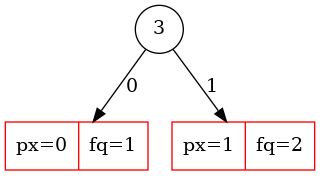
This is huffman/tree.png from gabrielpereira3/processamento-de-imagens, a Graphviz export, as it was before one commit. Its source is kept beside it as huffman/tree.dot. Source of this version:
```dot
digraph {
	node [fontename="Arial"];
	n2 [shape = circle, label="3"]
	n0 [shape = record, label="px=0|fq=1", color=RED]
	n2 -> n0 [label=0]
	n1 [shape = record, label="px=1|fq=2", color=RED]
	n2 -> n1 [label=1]
}
```
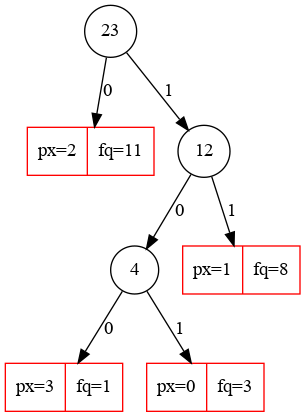
Above is the later version.

Diff of the diagram source:
```diff
@@ -1,8 +1,16 @@
 digraph {
 	node [fontename="Arial"];
-	n2 [shape = circle, label="3"]
-	n0 [shape = record, label="px=0|fq=1", color=RED]
-	n2 -> n0 [label=0]
-	n1 [shape = record, label="px=1|fq=2", color=RED]
-	n2 -> n1 [label=1]
+	n6 [shape = circle, label="23"]
+	n2 [shape = record, label="px=2|fq=11", color=RED]
+	n6 -> n2 [label=0]
+	n5 [shape = circle, label="12"]
+	n4 [shape = circle, label="4"]
+	n3 [shape = record, label="px=3|fq=1", color=RED]
+	n4 -> n3 [label=0]
+	n0 [shape = record, label="px=0|fq=3", color=RED]
+	n4 -> n0 [label=1]
+	n5 -> n4 [label=0]
+	n1 [shape = record, label="px=1|fq=8", color=RED]
+	n5 -> n1 [label=1]
+	n6 -> n5 [label=1]
 }
```
